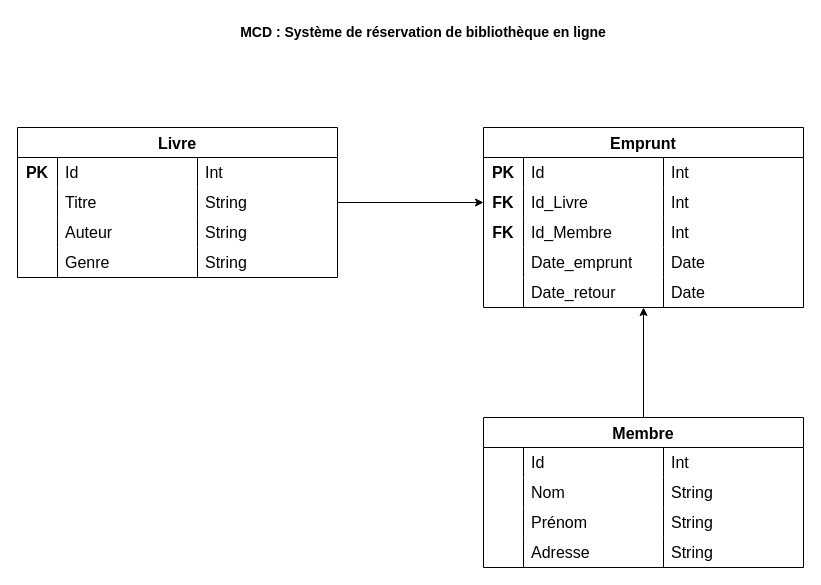
Before: Semaine 2 - Merise - Agile/01 - Merise/Exercices/Correction/03 - Modèle Logique des Données - Exercice 2 - Correction.drawio in nicolasvauchenet/cours_methodologie_formateur, a draw.io diagram. Source tidied: cells renumbered, new cells numbered last; positions are measured from the earlier drawing's top-left corner, leaving out a move shared by most shapes. Both pictures are drawn from the tidied source at 100%, with x=0, y=0 at pixel (17, 17).
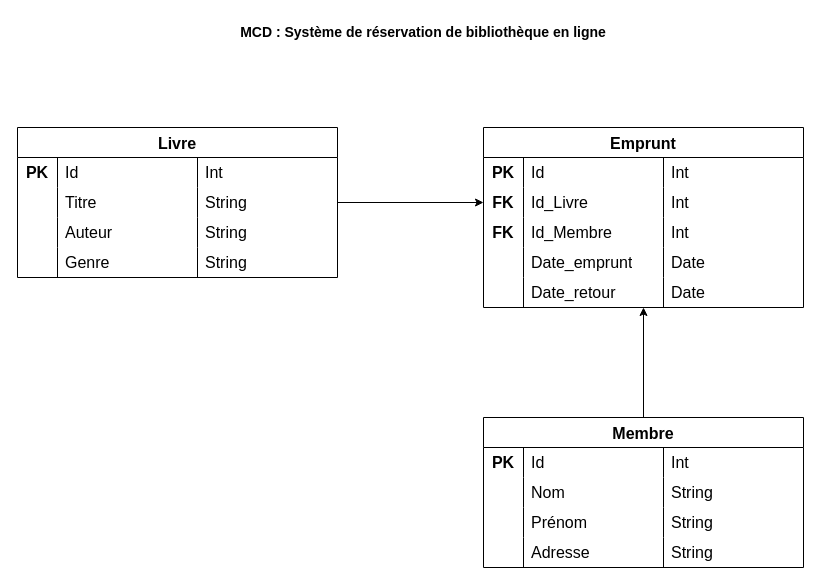
After the change.

Commit message (it also covers changes not shown here):
Fix MLD - Exercice 2

The change refers to these unchanged cells:
```xml
<mxCell id="42" style="shape=tableRow;horizontal=0;startSize=0;swimlaneHead=0;swimlaneBody=0;top=0;left=0;bottom=0;right=0;fillColor=none;strokeColor=inherit;fontSize=16;" parent="41" vertex="1">
  <mxGeometry y="30" width="320" height="30" as="geometry" />
</mxCell>
```

Change to the diagram source:
```diff
@@
-    <mxCell id="43" style="shape=partialRectangle;html=1;whiteSpace=wrap;fillColor=none;top=0;left=0;bottom=0;right=0;overflow=hidden;strokeColor=inherit;fontSize=16;" parent="42" vertex="1">
+    <mxCell id="43" value="&lt;b&gt;PK&lt;/b&gt;" style="shape=partialRectangle;html=1;whiteSpace=wrap;fillColor=none;top=0;left=0;bottom=0;right=0;overflow=hidden;strokeColor=inherit;fontSize=16;" parent="42" vertex="1">
       <mxGeometry width="40" height="30" as="geometry" />
     </mxCell>
```
